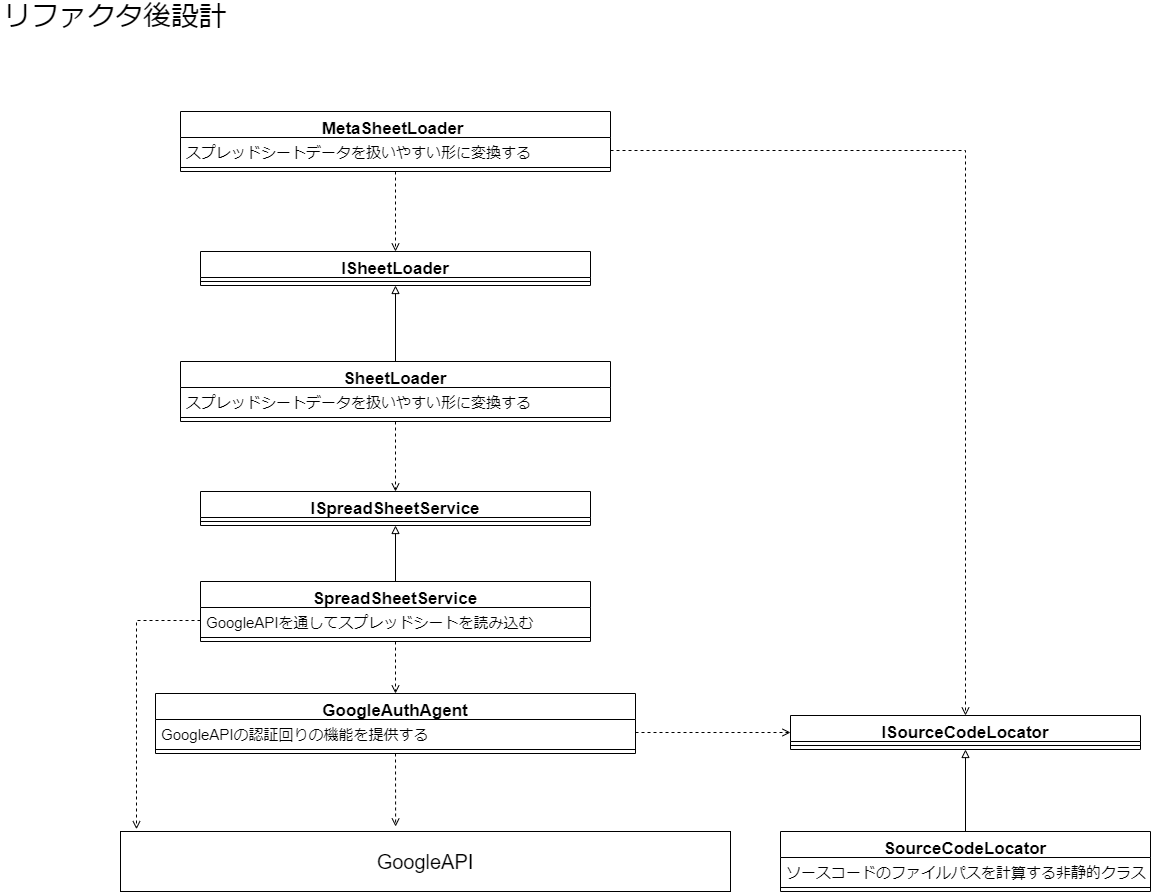
This is Designs/GoogleDriveDownloaderリファクタ後設計.png from Dumble009/GoogleDriveDownloader, a draw.io export, as it was before one commit. Source tidied: cells renumbered, new cells last; positions are measured from the earlier drawing's top-left corner, leaving out a move shared by most shapes. Its diagram source:
```xml
<mxGraphModel>
  <root>
    <mxCell id="0" />
    <mxCell id="1" parent="0" />
    <mxCell id="2" value="&lt;font style=&quot;font-size: 28px;&quot;&gt;リファクタ後設計&lt;/font&gt;" style="text;html=1;strokeColor=none;fillColor=none;align=center;verticalAlign=middle;whiteSpace=wrap;rounded=0;fontSize=28;" parent="1" vertex="1">
      <mxGeometry width="230" height="30" as="geometry" />
    </mxCell>
    <mxCell id="3" value="&lt;font style=&quot;font-size: 20px;&quot;&gt;GoogleAPI&lt;/font&gt;" style="rounded=0;whiteSpace=wrap;html=1;fontSize=15;" parent="1" vertex="1">
      <mxGeometry x="120" y="830" width="610" height="60" as="geometry" />
    </mxCell>
    <mxCell id="4" value="GoogleAuthAgent" style="swimlane;fontStyle=1;align=center;verticalAlign=top;horizontal=1;startSize=26;fontSize=17;" parent="1" vertex="1">
      <mxGeometry x="155" y="692" width="480" height="60" as="geometry" />
    </mxCell>
    <mxCell id="5" value="GoogleAPIの認証回りの機能を提供する" style="text;strokeColor=none;fillColor=none;align=left;verticalAlign=top;spacingLeft=4;spacingRight=4;overflow=hidden;points=[[0,0.5],[1,0.5]];portConstraint=eastwest;fontSize=15;" parent="4" vertex="1">
      <mxGeometry y="26" width="480" height="26" as="geometry" />
    </mxCell>
    <mxCell id="6" style="line;strokeWidth=1;fillColor=none;align=left;verticalAlign=middle;spacingTop=-1;spacingLeft=3;spacingRight=3;labelPosition=right;fontSize=20;" parent="4" vertex="1">
      <mxGeometry y="52" width="480" height="8" as="geometry" />
    </mxCell>
    <mxCell id="7" style="endArrow=open;html=1;rounded=0;fontSize=20;exitX=0.5;exitY=1;exitDx=0;exitDy=0;entryX=0.451;entryY=-0.083;entryDx=0;entryDy=0;entryPerimeter=0;dashed=1;endFill=0;" parent="1" edge="1" source="4">
      <mxGeometry relative="1" as="geometry">
        <mxPoint x="395.1" y="825" as="targetPoint" />
      </mxGeometry>
    </mxCell>
    <mxCell id="8" value="SpreadSheetService" style="swimlane;fontStyle=1;align=center;verticalAlign=top;horizontal=1;startSize=26;fontSize=17;" parent="1" vertex="1">
      <mxGeometry x="200" y="580" width="390" height="60" as="geometry" />
    </mxCell>
    <mxCell id="9" value="GoogleAPIを通してスプレッドシートを読み込む" style="text;strokeColor=none;fillColor=none;align=left;verticalAlign=top;spacingLeft=4;spacingRight=4;overflow=hidden;points=[[0,0.5],[1,0.5]];portConstraint=eastwest;fontSize=15;" parent="8" vertex="1">
      <mxGeometry y="26" width="390" height="26" as="geometry" />
    </mxCell>
    <mxCell id="10" style="line;strokeWidth=1;fillColor=none;align=left;verticalAlign=middle;spacingTop=-1;spacingLeft=3;spacingRight=3;labelPosition=right;fontSize=20;" parent="8" vertex="1">
      <mxGeometry y="52" width="390" height="8" as="geometry" />
    </mxCell>
    <mxCell id="11" style="endArrow=open;html=1;rounded=0;fontSize=20;exitX=0.5;exitY=1;exitDx=0;exitDy=0;entryX=0.5;entryY=0;entryDx=0;entryDy=0;dashed=1;endFill=0;" parent="1" edge="1" source="8" target="4">
      <mxGeometry relative="1" as="geometry" />
    </mxCell>
    <mxCell id="12" style="endArrow=open;html=1;rounded=0;fontSize=20;exitX=0;exitY=0.5;exitDx=0;exitDy=0;entryX=0.027;entryY=-0.038;entryDx=0;entryDy=0;dashed=1;endFill=0;entryPerimeter=0;edgeStyle=elbowEdgeStyle;" parent="1" edge="1" source="9" target="3">
      <mxGeometry relative="1" as="geometry">
        <Array as="points">
          <mxPoint x="136" y="720" />
        </Array>
      </mxGeometry>
    </mxCell>
    <mxCell id="13" value="ISpreadSheetService" style="swimlane;fontStyle=1;align=center;verticalAlign=top;horizontal=1;startSize=26;fontSize=17;" parent="1" vertex="1">
      <mxGeometry x="200" y="490" width="390" height="34" as="geometry" />
    </mxCell>
    <mxCell id="14" style="line;strokeWidth=1;fillColor=none;align=left;verticalAlign=middle;spacingTop=-1;spacingLeft=3;spacingRight=3;labelPosition=right;fontSize=20;" parent="13" vertex="1">
      <mxGeometry y="26" width="390" height="8" as="geometry" />
    </mxCell>
    <mxCell id="15" style="endArrow=block;html=1;rounded=0;fontSize=20;exitX=0.5;exitY=0;exitDx=0;exitDy=0;entryX=0.5;entryY=1;entryDx=0;entryDy=0;endFill=0;" parent="1" edge="1" source="8" target="13">
      <mxGeometry relative="1" as="geometry" />
    </mxCell>
    <mxCell id="16" value="SheetLoader" style="swimlane;fontStyle=1;align=center;verticalAlign=top;horizontal=1;startSize=26;fontSize=17;" parent="1" vertex="1">
      <mxGeometry x="180" y="360" width="430" height="60" as="geometry" />
    </mxCell>
    <mxCell id="17" value="スプレッドシートデータを扱いやすい形に変換する" style="text;strokeColor=none;fillColor=none;align=left;verticalAlign=top;spacingLeft=4;spacingRight=4;overflow=hidden;fontSize=15;" parent="16" vertex="1">
      <mxGeometry y="26" width="430" height="26" as="geometry" />
    </mxCell>
    <mxCell id="18" style="line;strokeWidth=1;fillColor=none;align=left;verticalAlign=middle;spacingTop=-1;spacingLeft=3;spacingRight=3;labelPosition=right;fontSize=20;" parent="16" vertex="1">
      <mxGeometry y="52" width="430" height="8" as="geometry" />
    </mxCell>
    <mxCell id="19" style="endArrow=open;html=1;rounded=0;fontSize=20;exitX=0.5;exitY=1;exitDx=0;exitDy=0;entryX=0.5;entryY=0;entryDx=0;entryDy=0;endFill=0;dashed=1;" parent="1" edge="1" source="16" target="13">
      <mxGeometry relative="1" as="geometry" />
    </mxCell>
    <mxCell id="20" value="MetaSheetLoader " style="swimlane;fontStyle=1;align=center;verticalAlign=top;horizontal=1;startSize=26;fontSize=17;" parent="1" vertex="1">
      <mxGeometry x="180" y="110" width="430" height="60" as="geometry" />
    </mxCell>
    <mxCell id="21" value="スプレッドシートデータを扱いやすい形に変換する" style="text;strokeColor=none;fillColor=none;align=left;verticalAlign=top;spacingLeft=4;spacingRight=4;overflow=hidden;points=[[0,0.5],[1,0.5]];portConstraint=eastwest;fontSize=15;" parent="20" vertex="1">
      <mxGeometry y="26" width="430" height="26" as="geometry" />
    </mxCell>
    <mxCell id="22" style="line;strokeWidth=1;fillColor=none;align=left;verticalAlign=middle;spacingTop=-1;spacingLeft=3;spacingRight=3;labelPosition=right;fontSize=20;" parent="20" vertex="1">
      <mxGeometry y="52" width="430" height="8" as="geometry" />
    </mxCell>
    <mxCell id="23" value="ISheetLoader" style="swimlane;fontStyle=1;align=center;verticalAlign=top;horizontal=1;startSize=26;fontSize=17;" parent="1" vertex="1">
      <mxGeometry x="200" y="250" width="390" height="34" as="geometry" />
    </mxCell>
    <mxCell id="24" style="line;strokeWidth=1;fillColor=none;align=left;verticalAlign=middle;spacingTop=-1;spacingLeft=3;spacingRight=3;labelPosition=right;fontSize=20;" parent="23" vertex="1">
      <mxGeometry y="26" width="390" height="8" as="geometry" />
    </mxCell>
    <mxCell id="25" style="endArrow=block;html=1;rounded=0;fontSize=20;exitX=0.5;exitY=0;exitDx=0;exitDy=0;entryX=0.5;entryY=1;entryDx=0;entryDy=0;endFill=0;" parent="1" edge="1" source="16" target="23">
      <mxGeometry relative="1" as="geometry" />
    </mxCell>
    <mxCell id="26" style="endArrow=open;html=1;rounded=0;fontSize=20;exitX=0.5;exitY=1;exitDx=0;exitDy=0;entryX=0.5;entryY=0;entryDx=0;entryDy=0;endFill=0;dashed=1;" parent="1" edge="1" source="20" target="23">
      <mxGeometry relative="1" as="geometry" />
    </mxCell>
    <mxCell id="27" value="SourceCodeLocator" style="swimlane;fontStyle=1;align=center;verticalAlign=top;horizontal=1;startSize=26;fontSize=17;" parent="1" vertex="1">
      <mxGeometry x="780" y="830" width="370" height="60" as="geometry" />
    </mxCell>
    <mxCell id="28" value="ソースコードのファイルパスを計算する非静的クラス" style="text;strokeColor=none;fillColor=none;align=left;verticalAlign=top;spacingLeft=4;spacingRight=4;overflow=hidden;fontSize=15;" parent="27" vertex="1">
      <mxGeometry y="26" width="370" height="26" as="geometry" />
    </mxCell>
    <mxCell id="29" style="line;strokeWidth=1;fillColor=none;align=left;verticalAlign=middle;spacingTop=-1;spacingLeft=3;spacingRight=3;labelPosition=right;fontSize=20;" parent="27" vertex="1">
      <mxGeometry y="52" width="370" height="8" as="geometry" />
    </mxCell>
    <mxCell id="30" value="ISourceCodeLocator" style="swimlane;fontStyle=1;align=center;verticalAlign=top;horizontal=1;startSize=26;fontSize=17;" parent="1" vertex="1">
      <mxGeometry x="790" y="714" width="350" height="34" as="geometry" />
    </mxCell>
    <mxCell id="31" style="line;strokeWidth=1;fillColor=none;align=left;verticalAlign=middle;spacingTop=-1;spacingLeft=3;spacingRight=3;labelPosition=right;fontSize=20;" parent="30" vertex="1">
      <mxGeometry y="26" width="350" height="8" as="geometry" />
    </mxCell>
    <mxCell id="32" style="endArrow=open;html=1;rounded=0;fontSize=20;exitX=1;exitY=0.5;exitDx=0;exitDy=0;entryX=0;entryY=0.5;entryDx=0;entryDy=0;dashed=1;endFill=0;" parent="1" edge="1" source="5" target="30">
      <mxGeometry relative="1" as="geometry" />
    </mxCell>
    <mxCell id="33" style="endArrow=block;html=1;rounded=0;fontSize=20;exitX=0.5;exitY=0;exitDx=0;exitDy=0;entryX=0.5;entryY=1;entryDx=0;entryDy=0;endFill=0;" parent="1" edge="1" source="27" target="30">
      <mxGeometry relative="1" as="geometry" />
    </mxCell>
    <mxCell id="34" style="endArrow=open;html=1;rounded=0;fontSize=20;exitX=1;exitY=0.5;exitDx=0;exitDy=0;entryX=0.5;entryY=0;entryDx=0;entryDy=0;dashed=1;endFill=0;edgeStyle=elbowEdgeStyle;" parent="1" edge="1" source="21" target="30">
      <mxGeometry relative="1" as="geometry">
        <Array as="points">
          <mxPoint x="965" y="440" />
        </Array>
      </mxGeometry>
    </mxCell>
  </root>
</mxGraphModel>
```
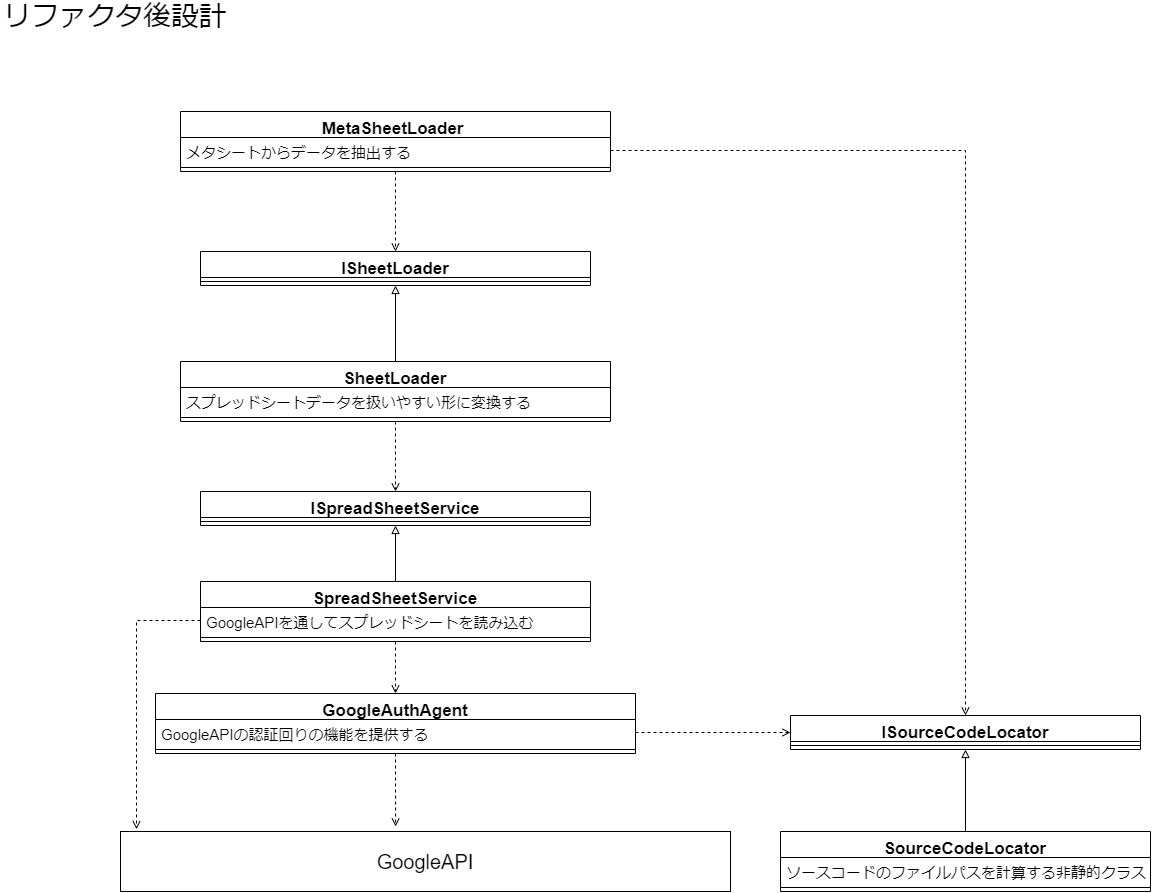
The same diagram one commit later.

Commit message:
リファクタ後設計図のMetaSheetLoaderの説明が誤っていたので修正

Diff of the diagram source:
```diff
@@ -65,7 +65,7 @@
     <mxCell id="20" value="MetaSheetLoader " style="swimlane;fontStyle=1;align=center;verticalAlign=top;horizontal=1;startSize=26;fontSize=17;" parent="1" vertex="1">
       <mxGeometry x="180" y="110" width="430" height="60" as="geometry" />
     </mxCell>
-    <mxCell id="21" value="スプレッドシートデータを扱いやすい形に変換する" style="text;strokeColor=none;fillColor=none;align=left;verticalAlign=top;spacingLeft=4;spacingRight=4;overflow=hidden;points=[[0,0.5],[1,0.5]];portConstraint=eastwest;fontSize=15;" parent="20" vertex="1">
+    <mxCell id="21" value="メタシートからデータを抽出する" style="text;strokeColor=none;fillColor=none;align=left;verticalAlign=top;spacingLeft=4;spacingRight=4;overflow=hidden;points=[[0,0.5],[1,0.5]];portConstraint=eastwest;fontSize=15;" parent="20" vertex="1">
       <mxGeometry y="26" width="430" height="26" as="geometry" />
     </mxCell>
     <mxCell id="22" style="line;strokeWidth=1;fillColor=none;align=left;verticalAlign=middle;spacingTop=-1;spacingLeft=3;spacingRight=3;labelPosition=right;fontSize=20;" parent="20" vertex="1">
```
